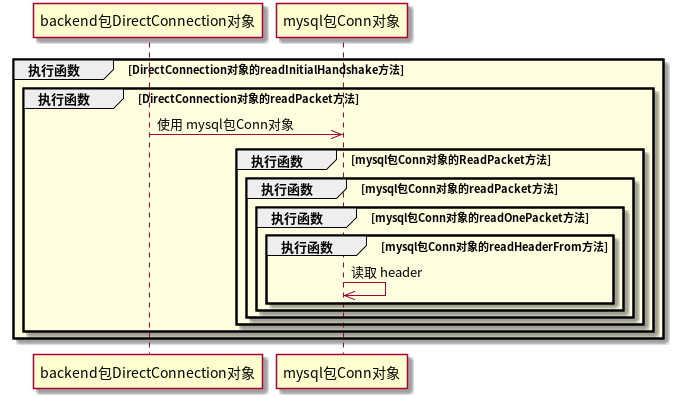
This is docs/assets/Gaea统一建模语言/Gaea时序图/数据库交握时序图.png from XiaoMi/Gaea, a PlantUML export, as it was before one commit.
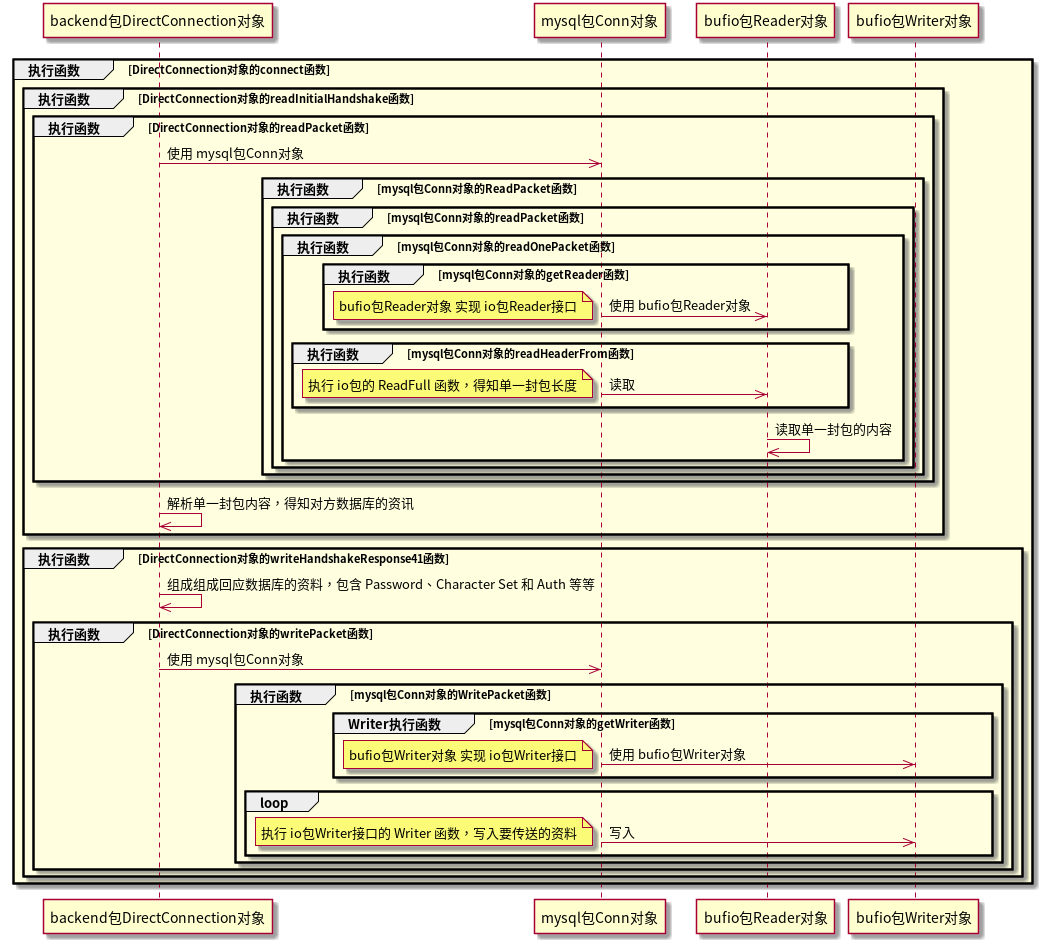
Later version of the same file.

Commit message:
doc: update sequence diagram

What changed in the source:
```diff
@@ -2,20 +2,65 @@
 
 participant backend包DirectConnection对象
 participant mysql包Conn对象
+participant bufio包Reader对象
+participant bufio包Writer对象
 
-group #LightYellow 执行函数 [DirectConnection对象的readInitialHandshake方法]
-group #LightYellow 执行函数 [DirectConnection对象的readPacket方法]
+group #LightYellow 执行函数 [DirectConnection对象的connect函数]
+group #LightYellow 执行函数 [DirectConnection对象的readInitialHandshake函数]
+group #LightYellow 执行函数 [DirectConnection对象的readPacket函数]
     backend包DirectConnection对象->>mysql包Conn对象: 使用 mysql包Conn对象
-group #LightYellow 执行函数 [mysql包Conn对象的ReadPacket方法]
-group #LightYellow 执行函数 [mysql包Conn对象的readPacket方法]
-group #LightYellow 执行函数 [mysql包Conn对象的readOnePacket方法]
-group #LightYellow 执行函数 [mysql包Conn对象的readHeaderFrom方法]
-    mysql包Conn对象->>mysql包Conn对象: 读取 header
+group #LightYellow 执行函数 [mysql包Conn对象的ReadPacket函数]
+group #LightYellow 执行函数 [mysql包Conn对象的readPacket函数]
+group #LightYellow 执行函数 [mysql包Conn对象的readOnePacket函数]
+
+group #LightYellow 执行函数 [mysql包Conn对象的getReader函数]
+    mysql包Conn对象->>bufio包Reader对象: 使用 bufio包Reader对象
+    note left: bufio包Reader对象 实现 io包Reader接口
 end
+
+group #LightYellow 执行函数 [mysql包Conn对象的readHeaderFrom函数]
+    mysql包Conn对象->>bufio包Reader对象: 读取
+    note left: 执行 io包的 ReadFull 函数，得知单一封包长度
 end
+
+    bufio包Reader对象->>bufio包Reader对象: 读取单一封包的内容
+
 end
 end
 end
 end
 
+    backend包DirectConnection对象->>backend包DirectConnection对象: 解析单一封包内容，得知对方数据库的资讯
+
+end
+
+group #LightYellow 执行函数 [DirectConnection对象的writeHandshakeResponse41函数]
+
+    backend包DirectConnection对象->>backend包DirectConnection对象: 组成组成回应数据库的资料，包含 Password、Character Set 和 Auth 等等
+
+group #LightYellow 执行函数 [DirectConnection对象的writePacket函数]
+
+    backend包DirectConnection对象->>mysql包Conn对象: 使用 mysql包Conn对象
+
+group #LightYellow 执行函数 [mysql包Conn对象的WritePacket函数]
+
+group #LightYellow Writer执行函数 [mysql包Conn对象的getWriter函数]
+    mysql包Conn对象->>bufio包Writer对象: 使用 bufio包Writer对象
+    note left: bufio包Writer对象 实现 io包Writer接口
+end
+
+group #LightYellow loop
+    mysql包Conn对象->>bufio包Writer对象: 写入
+    note left: 执行 io包Writer接口的 Writer 函数，写入要传送的资料
+
+end
+
+end
+
+end
+
+end
+
+end
+
 @enduml
```
